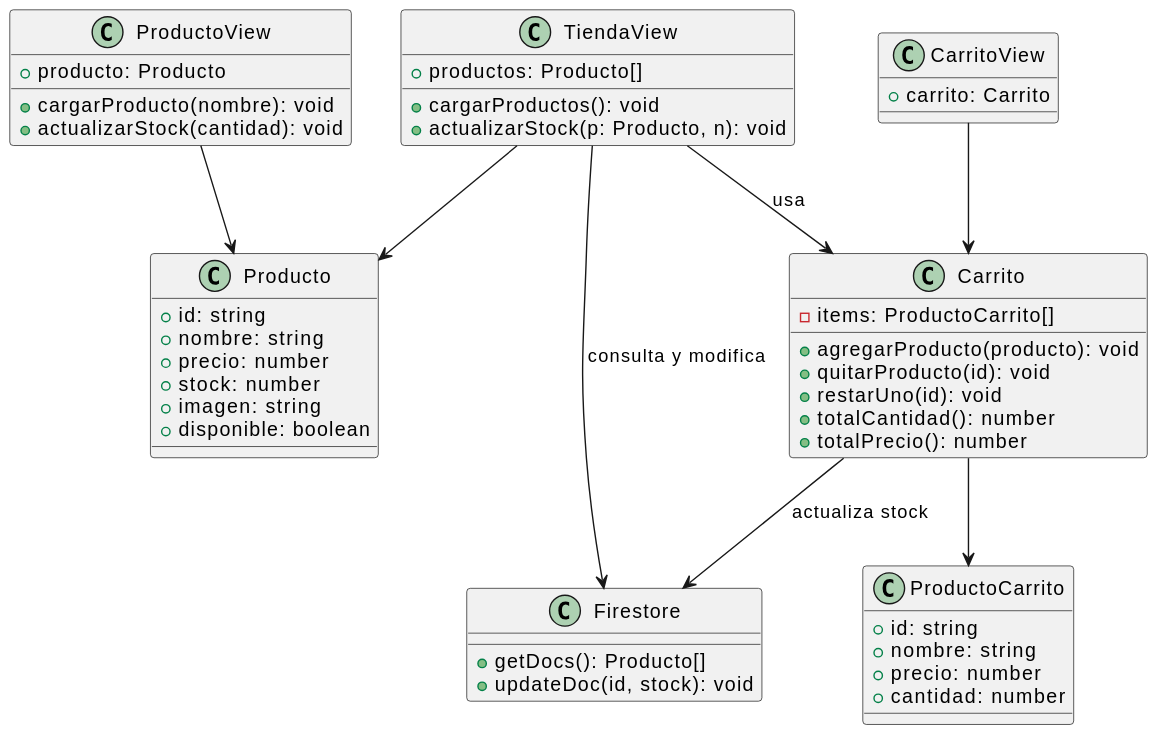
juanjoc711/inventarioReactivo keeps this PlantUML diagram as imagenes/diagramaClases.svg. Above is the earlier version. The source it was exported from:
```plantuml
@startuml
class Producto {
  +id: string
  +nombre: string
  +precio: number
  +stock: number
  +imagen: string
  +disponible: boolean
}

class Carrito {
  -items: ProductoCarrito[]
  +agregarProducto(producto): void
  +quitarProducto(id): void
  +restarUno(id): void
  +totalCantidad(): number
  +totalPrecio(): number
}

class ProductoCarrito {
  +id: string
  +nombre: string
  +precio: number
  +cantidad: number
}

class Firestore {
  +getDocs(): Producto[]
  +updateDoc(id, stock): void
}

class TiendaView {
  +productos: Producto[]
  +cargarProductos(): void
  +actualizarStock(p: Producto, n): void
}

class ProductoView {
  +producto: Producto
  +cargarProducto(nombre): void
  +actualizarStock(cantidad): void
}

class CarritoView {
  +carrito: Carrito
}

TiendaView --> Producto
TiendaView --> Carrito : usa
ProductoView --> Producto
CarritoView --> Carrito
Carrito --> ProductoCarrito
Carrito --> Firestore : actualiza stock
TiendaView --> Firestore : consulta y modifica
@enduml
```
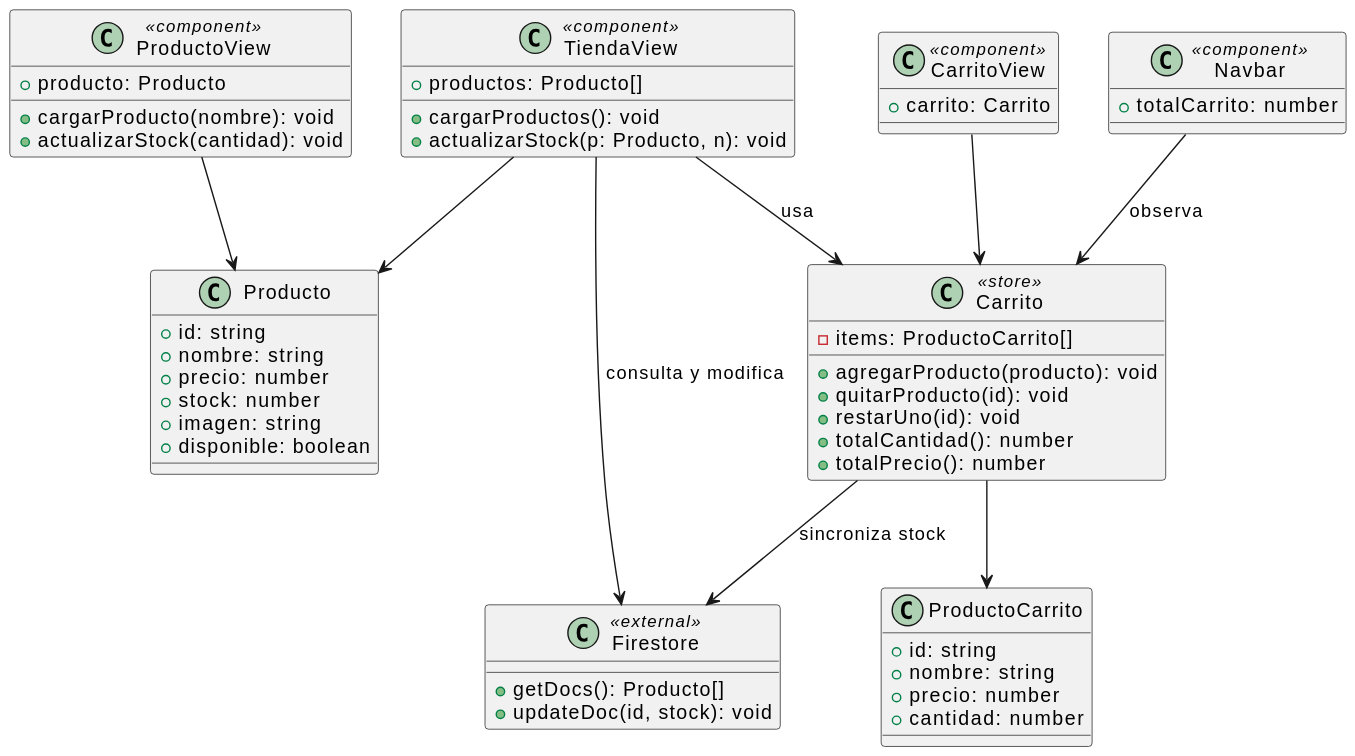
Above is the later version.

Diff of the diagram source:
```diff
@@ -8,7 +8,14 @@
   +disponible: boolean
 }
 
-class Carrito {
+class ProductoCarrito {
+  +id: string
+  +nombre: string
+  +precio: number
+  +cantidad: number
+}
+
+class Carrito <<store>> {
   -items: ProductoCarrito[]
   +agregarProducto(producto): void
   +quitarProducto(id): void
@@ -17,39 +24,37 @@
   +totalPrecio(): number
 }
 
-class ProductoCarrito {
-  +id: string
-  +nombre: string
-  +precio: number
-  +cantidad: number
-}
-
-class Firestore {
+class Firestore <<external>> {
   +getDocs(): Producto[]
   +updateDoc(id, stock): void
 }
 
-class TiendaView {
+class TiendaView <<component>> {
   +productos: Producto[]
   +cargarProductos(): void
   +actualizarStock(p: Producto, n): void
 }
 
-class ProductoView {
+class ProductoView <<component>> {
   +producto: Producto
   +cargarProducto(nombre): void
   +actualizarStock(cantidad): void
 }
 
-class CarritoView {
+class CarritoView <<component>> {
   +carrito: Carrito
+}
+
+class Navbar <<component>> {
+  +totalCarrito: number
 }
 
 TiendaView --> Producto
 TiendaView --> Carrito : usa
 ProductoView --> Producto
 CarritoView --> Carrito
+Navbar --> Carrito : observa
 Carrito --> ProductoCarrito
-Carrito --> Firestore : actualiza stock
+Carrito --> Firestore : sincroniza stock
 TiendaView --> Firestore : consulta y modifica
 @enduml
```
